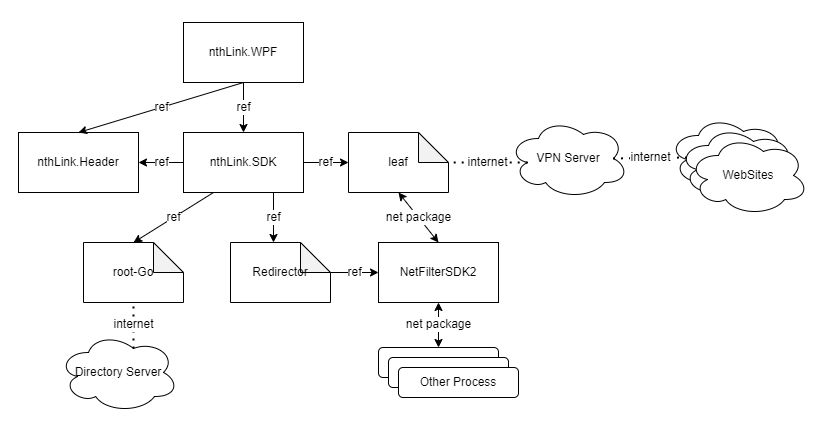
This is Readme/nthlinkWindows_architecture.png from nthlink/nthlink-os-windows, a draw.io export, as it was before one commit. Source tidied: cells renumbered, new cells last; positions are measured from the earlier drawing's top-left corner, leaving out a move shared by most shapes.
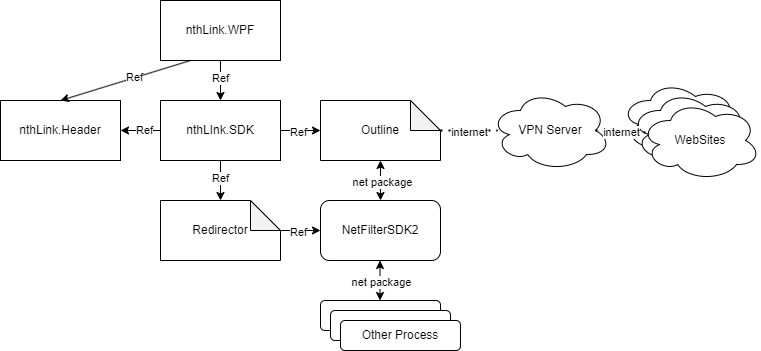
After the change.

Diff of the diagram source:
```diff
@@ -3,85 +3,112 @@
     <mxCell id="0" />
     <mxCell id="1" parent="0" />
     <mxCell id="2" value="nthLink.WPF" style="rounded=0;whiteSpace=wrap;html=1;" parent="1" vertex="1">
-      <mxGeometry x="165" width="120" height="60" as="geometry" />
+      <mxGeometry x="160" y="-100" width="120" height="60" as="geometry" />
     </mxCell>
-    <mxCell id="3" value="nthLink.SDK" style="rounded=0;whiteSpace=wrap;html=1;" parent="1" vertex="1">
-      <mxGeometry x="165" y="110" width="120" height="60" as="geometry" />
-    </mxCell>
-    <mxCell id="4" value="leaf" style="shape=note;whiteSpace=wrap;html=1;backgroundOutline=1;darkOpacity=0.05;" parent="1" vertex="1">
-      <mxGeometry x="330" y="110" width="100" height="60" as="geometry" />
-    </mxCell>
+    <mxCell id="29" value="nthLInk.SDK" style="whiteSpace=wrap;html=1;" parent="1" vertex="1">
+      <mxGeometry x="160" width="120" height="60" as="geometry" />
+    </mxCell>
+    <mxCell id="26" value="nthLink.Header" style="whiteSpace=wrap;html=1;" parent="1" vertex="1">
+      <mxGeometry width="120" height="60" as="geometry" />
+    </mxCell>
     <mxCell id="5" value="Redirector" style="shape=note;whiteSpace=wrap;html=1;backgroundOutline=1;darkOpacity=0.05;" parent="1" vertex="1">
-      <mxGeometry x="212" y="220" width="100" height="60" as="geometry" />
+      <mxGeometry x="160" y="100" width="120" height="60" as="geometry" />
     </mxCell>
-    <mxCell id="6" value="root-Go" style="shape=note;whiteSpace=wrap;html=1;backgroundOutline=1;darkOpacity=0.05;" parent="1" vertex="1">
-      <mxGeometry x="65" y="220" width="100" height="60" as="geometry" />
-    </mxCell>
-    <mxCell id="7" value="Directory Server" style="ellipse;shape=cloud;whiteSpace=wrap;html=1;" parent="1" vertex="1">
-      <mxGeometry x="40" y="310" width="120" height="80" as="geometry" />
-    </mxCell>
+    <mxCell id="30" value="Outline" style="shape=note;whiteSpace=wrap;html=1;backgroundOutline=1;darkOpacity=0.05;" parent="1" vertex="1">
+      <mxGeometry x="320" width="120" height="60" as="geometry" />
+    </mxCell>
     <mxCell id="8" value="VPN Server" style="ellipse;shape=cloud;whiteSpace=wrap;html=1;" parent="1" vertex="1">
-      <mxGeometry x="490" y="96" width="120" height="80" as="geometry" />
+      <mxGeometry x="490" y="-10" width="120" height="80" as="geometry" />
     </mxCell>
-    <mxCell id="9" value="ref" style="endArrow=classic;html=1;rounded=0;entryX=0.5;entryY=0;entryDx=0;entryDy=0;exitX=0.5;exitY=1;exitDx=0;exitDy=0;" parent="1" edge="1" source="2" target="3">
-      <mxGeometry relative="1" as="geometry" />
-    </mxCell>
-    <mxCell id="10" value="ref" style="endArrow=classic;html=1;rounded=0;entryX=0.43;entryY=0;entryDx=0;entryDy=0;exitX=0.75;exitY=1;exitDx=0;exitDy=0;entryPerimeter=0;" parent="1" edge="1" source="3" target="5">
-      <mxGeometry relative="1" as="geometry" />
-    </mxCell>
-    <mxCell id="11" value="NetFilterSDK2" style="rounded=0;whiteSpace=wrap;html=1;" parent="1" vertex="1">
-      <mxGeometry x="360" y="220" width="120" height="60" as="geometry" />
+    <mxCell id="11" value="NetFilterSDK2" style="rounded=1;whiteSpace=wrap;html=1;" parent="1" vertex="1">
+      <mxGeometry x="320" y="100" width="120" height="60" as="geometry" />
     </mxCell>
+    <mxCell id="31" style="group;" parent="1" vertex="1">
+      <mxGeometry x="320" y="200" width="140" height="50" as="geometry" />
+    </mxCell>
+    <mxCell id="32" style="rounded=1;whiteSpace=wrap;html=1;" parent="31" vertex="1">
+      <mxGeometry width="120" height="30" as="geometry" />
+    </mxCell>
+    <mxCell id="33" style="rounded=1;whiteSpace=wrap;html=1;" parent="31" vertex="1">
+      <mxGeometry x="10" y="10" width="120" height="30" as="geometry" />
+    </mxCell>
+    <mxCell id="34" value="Other Process" style="rounded=1;whiteSpace=wrap;html=1;" parent="31" vertex="1">
+      <mxGeometry x="20" y="20" width="120" height="30" as="geometry" />
+    </mxCell>
+    <mxCell id="27" style="endArrow=classic;html=1;rounded=0;exitX=0.25;exitY=1;exitDx=0;exitDy=0;entryX=0.5;entryY=0;entryDx=0;entryDy=0;" parent="1" edge="1" source="2" target="26">
+      <mxGeometry relative="1" as="geometry" />
+    </mxCell>
+    <mxCell id="35" value="Ref" style="edgeLabel;html=1;align=center;verticalAlign=middle;" parent="27" vertex="1">
+      <mxGeometry x="-0.13" y="-1" relative="1" as="geometry" />
+    </mxCell>
+    <mxCell id="36" style="endArrow=classic;html=1;rounded=0;exitX=0.5;exitY=1;exitDx=0;exitDy=0;entryX=0.5;entryY=0;entryDx=0;entryDy=0;" parent="1" edge="1" source="2" target="29">
+      <mxGeometry relative="1" as="geometry" />
+    </mxCell>
+    <mxCell id="37" value="Ref" style="edgeLabel;html=1;align=center;verticalAlign=middle;" parent="36" vertex="1">
+      <mxGeometry x="-0.13" y="-1" relative="1" as="geometry" />
+    </mxCell>
+    <mxCell id="38" style="endArrow=classic;html=1;rounded=0;entryX=0.5;entryY=0;entryDx=0;entryDy=0;entryPerimeter=0;exitX=0.5;exitY=1;exitDx=0;exitDy=0;" parent="1" edge="1" source="29" target="5">
+      <mxGeometry relative="1" as="geometry" />
+    </mxCell>
+    <mxCell id="39" value="Ref" style="edgeLabel;html=1;align=center;verticalAlign=middle;" parent="38" vertex="1">
+      <mxGeometry x="-0.13" y="-1" relative="1" as="geometry" />
+    </mxCell>
-    <mxCell id="12" value="ref" style="endArrow=classic;html=1;rounded=0;entryX=0;entryY=0.5;entryDx=0;entryDy=0;exitX=0;exitY=0;exitDx=100;exitDy=30;exitPerimeter=0;" parent="1" edge="1" source="5" target="11">
+    <mxCell id="12" style="endArrow=classic;html=1;rounded=0;entryX=0;entryY=0.5;entryDx=0;entryDy=0;exitX=0;exitY=0;exitDx=120;exitDy=30;exitPerimeter=0;" parent="1" edge="1" source="5" target="11">
       <mxGeometry relative="1" as="geometry" />
     </mxCell>
-    <mxCell id="13" value="net package" style="endArrow=classic;startArrow=classic;html=1;rounded=0;entryX=0.5;entryY=0;entryDx=0;entryDy=0;exitX=0.5;exitY=1;exitDx=0;exitDy=0;exitPerimeter=0;" parent="1" edge="1" source="4" target="11">
-      <mxGeometry relative="1" as="geometry" />
-    </mxCell>
-    <mxCell id="14" value="ref" style="endArrow=classic;html=1;rounded=0;entryX=0;entryY=0.5;entryDx=0;entryDy=0;exitX=1;exitY=0.5;exitDx=0;exitDy=0;entryPerimeter=0;" parent="1" edge="1" source="3" target="4">
-      <mxGeometry relative="1" as="geometry" />
-    </mxCell>
-    <mxCell id="15" value="ref" style="endArrow=classic;html=1;rounded=0;entryX=0.5;entryY=0;entryDx=0;entryDy=0;exitX=0.25;exitY=1;exitDx=0;exitDy=0;entryPerimeter=0;" parent="1" edge="1" source="3" target="6">
-      <mxGeometry relative="1" as="geometry" />
-    </mxCell>
-    <mxCell id="16" value="internet" style="endArrow=none;dashed=1;html=1;dashPattern=1 3;strokeWidth=2;rounded=0;entryX=0.5;entryY=1;entryDx=0;entryDy=0;entryPerimeter=0;exitX=0.625;exitY=0.2;exitDx=0;exitDy=0;exitPerimeter=0;" parent="1" edge="1" source="7" target="6">
-      <mxGeometry relative="1" as="geometry" />
-    </mxCell>
-    <mxCell id="17" value="internet" style="endArrow=none;dashed=1;html=1;dashPattern=1 3;strokeWidth=2;rounded=0;entryX=0;entryY=0;entryDx=100;entryDy=30;entryPerimeter=0;exitX=0.16;exitY=0.55;exitDx=0;exitDy=0;exitPerimeter=0;" parent="1" edge="1" source="8" target="4">
-      <mxGeometry relative="1" as="geometry" />
-    </mxCell>
-    <mxCell id="18" value="Other Process" style="rounded=1;whiteSpace=wrap;html=1;" parent="1" vertex="1">
-      <mxGeometry x="360" y="325" width="120" height="30" as="geometry" />
-    </mxCell>
-    <mxCell id="19" value="Other Process" style="rounded=1;whiteSpace=wrap;html=1;" parent="1" vertex="1">
-      <mxGeometry x="370" y="335" width="120" height="30" as="geometry" />
-    </mxCell>
-    <mxCell id="20" value="Other Process" style="rounded=1;whiteSpace=wrap;html=1;" parent="1" vertex="1">
-      <mxGeometry x="380" y="345" width="120" height="30" as="geometry" />
-    </mxCell>
-    <mxCell id="21" value="net package" style="endArrow=classic;startArrow=classic;html=1;rounded=0;entryX=0.5;entryY=0;entryDx=0;entryDy=0;exitX=0.5;exitY=1;exitDx=0;exitDy=0;" parent="1" edge="1" source="11" target="18">
-      <mxGeometry relative="1" as="geometry" />
-    </mxCell>
-    <mxCell id="22" style="ellipse;shape=cloud;whiteSpace=wrap;html=1;" parent="1" vertex="1">
-      <mxGeometry x="650" y="93" width="120" height="80" as="geometry" />
-    </mxCell>
-    <mxCell id="23" style="ellipse;shape=cloud;whiteSpace=wrap;html=1;" parent="1" vertex="1">
-      <mxGeometry x="660" y="103" width="120" height="80" as="geometry" />
-    </mxCell>
+    <mxCell id="40" value="Ref" style="edgeLabel;html=1;align=center;verticalAlign=middle;" parent="12" vertex="1">
+      <mxGeometry x="-0.13" y="-1" relative="1" as="geometry" />
+    </mxCell>
+    <mxCell id="41" style="endArrow=classic;html=1;rounded=0;entryX=0;entryY=0.5;entryDx=0;entryDy=0;entryPerimeter=0;exitX=1;exitY=0.5;exitDx=0;exitDy=0;" parent="1" edge="1" source="29" target="30">
+      <mxGeometry relative="1" as="geometry" />
+    </mxCell>
+    <mxCell id="42" value="Ref" style="edgeLabel;html=1;align=center;verticalAlign=middle;" parent="41" vertex="1">
+      <mxGeometry x="-0.13" y="-1" relative="1" as="geometry" />
+    </mxCell>
+    <mxCell id="43" style="endArrow=classic;html=1;rounded=0;entryX=1;entryY=0.5;entryDx=0;entryDy=0;exitX=0;exitY=0.5;exitDx=0;exitDy=0;" parent="1" edge="1" source="29" target="26">
+      <mxGeometry relative="1" as="geometry" />
+    </mxCell>
+    <mxCell id="44" value="Ref" style="edgeLabel;html=1;align=center;verticalAlign=middle;" parent="43" vertex="1">
+      <mxGeometry x="-0.13" y="-1" relative="1" as="geometry" />
+    </mxCell>
+    <mxCell id="45" style="endArrow=classic;startArrow=classic;html=1;rounded=0;entryX=0.5;entryY=1;entryDx=0;entryDy=0;entryPerimeter=0;exitX=0.5;exitY=0;exitDx=0;exitDy=0;" parent="1" edge="1" source="11" target="30">
+      <mxGeometry relative="1" as="geometry" />
+    </mxCell>
+    <mxCell id="46" value="net package" style="edgeLabel;html=1;align=center;verticalAlign=middle;" parent="45" vertex="1">
+      <mxGeometry x="-0.05" y="-1" relative="1" as="geometry" />
+    </mxCell>
+    <mxCell id="47" style="endArrow=classic;startArrow=classic;html=1;rounded=0;entryX=0.5;entryY=1;entryDx=0;entryDy=0;entryPerimeter=0;exitX=0.5;exitY=0;exitDx=0;exitDy=0;" parent="1" edge="1">
+      <mxGeometry relative="1" as="geometry">
+        <mxPoint x="379.5" y="200" as="sourcePoint" />
+        <mxPoint x="379.5" y="160" as="targetPoint" />
+      </mxGeometry>
+    </mxCell>
+    <mxCell id="48" value="net package" style="edgeLabel;html=1;align=center;verticalAlign=middle;" parent="47" vertex="1">
+      <mxGeometry x="-0.05" y="-1" relative="1" as="geometry" />
+    </mxCell>
+    <mxCell id="49" style="endArrow=none;dashed=1;html=1;dashPattern=1 3;strokeWidth=2;rounded=0;entryX=0.058;entryY=0.5;entryDx=0;entryDy=0;entryPerimeter=0;exitX=0;exitY=0;exitDx=120;exitDy=30;exitPerimeter=0;" parent="1" edge="1" source="30" target="8">
+      <mxGeometry relative="1" as="geometry" />
+    </mxCell>
+    <mxCell id="50" value="internet" style="edgeLabel;html=1;align=center;verticalAlign=middle;" parent="49" vertex="1">
+      <mxGeometry x="-0.02" y="-1" relative="1" as="geometry" />
+    </mxCell>
+    <mxCell id="51" style="ellipse;shape=cloud;whiteSpace=wrap;html=1;" parent="1" vertex="1">
+      <mxGeometry x="620" y="-20" width="120" height="80" as="geometry" />
+    </mxCell>
+    <mxCell id="52" style="group;" parent="1" vertex="1">
+      <mxGeometry x="630" y="-10" width="130" height="90" as="geometry" />
+    </mxCell>
+    <mxCell id="53" style="ellipse;shape=cloud;whiteSpace=wrap;html=1;" parent="52" vertex="1">
+      <mxGeometry width="120" height="80" as="geometry" />
+    </mxCell>
-    <mxCell id="24" value="WebSites" style="ellipse;shape=cloud;whiteSpace=wrap;html=1;" parent="1" vertex="1">
-      <mxGeometry x="670" y="113" width="120" height="80" as="geometry" />
+    <mxCell id="24" value="WebSites" style="ellipse;shape=cloud;whiteSpace=wrap;html=1;" parent="52" vertex="1">
+      <mxGeometry x="10" y="10" width="120" height="80" as="geometry" />
     </mxCell>
-    <mxCell id="25" value="internet" style="endArrow=none;dashed=1;html=1;dashPattern=1 3;strokeWidth=2;rounded=0;entryX=0.875;entryY=0.5;entryDx=0;entryDy=0;entryPerimeter=0;exitX=0.07;exitY=0.4;exitDx=0;exitDy=0;exitPerimeter=0;" parent="1" edge="1" source="23" target="8">
-      <mxGeometry relative="1" as="geometry" />
-    </mxCell>
-    <mxCell id="26" value="nthLink.Header" style="rounded=0;whiteSpace=wrap;html=1;" parent="1" vertex="1">
-      <mxGeometry y="110" width="120" height="60" as="geometry" />
-    </mxCell>
-    <mxCell id="27" value="ref" style="endArrow=classic;html=1;rounded=0;entryX=0.5;entryY=0;entryDx=0;entryDy=0;exitX=0.5;exitY=1;exitDx=0;exitDy=0;" parent="1" edge="1" source="2" target="26">
-      <mxGeometry relative="1" as="geometry" />
-    </mxCell>
-    <mxCell id="28" value="ref" style="endArrow=classic;html=1;rounded=0;entryX=1;entryY=0.5;entryDx=0;entryDy=0;exitX=0;exitY=0.5;exitDx=0;exitDy=0;" parent="1" edge="1" source="3" target="26">
-      <mxGeometry relative="1" as="geometry" />
-    </mxCell>
+    <mxCell id="54" style="endArrow=none;dashed=1;html=1;dashPattern=1 3;strokeWidth=2;rounded=0;entryX=0.07;entryY=0.4;entryDx=0;entryDy=0;entryPerimeter=0;exitX=0.875;exitY=0.5;exitDx=0;exitDy=0;exitPerimeter=0;" parent="1" edge="1" source="8" target="24">
+      <mxGeometry relative="1" as="geometry" />
+    </mxCell>
+    <mxCell id="55" value="internet" style="edgeLabel;html=1;align=center;verticalAlign=middle;" parent="54" vertex="1">
+      <mxGeometry x="-0.02" y="-1" relative="1" as="geometry" />
+    </mxCell>
   </root>
 </mxGraphModel>
```
